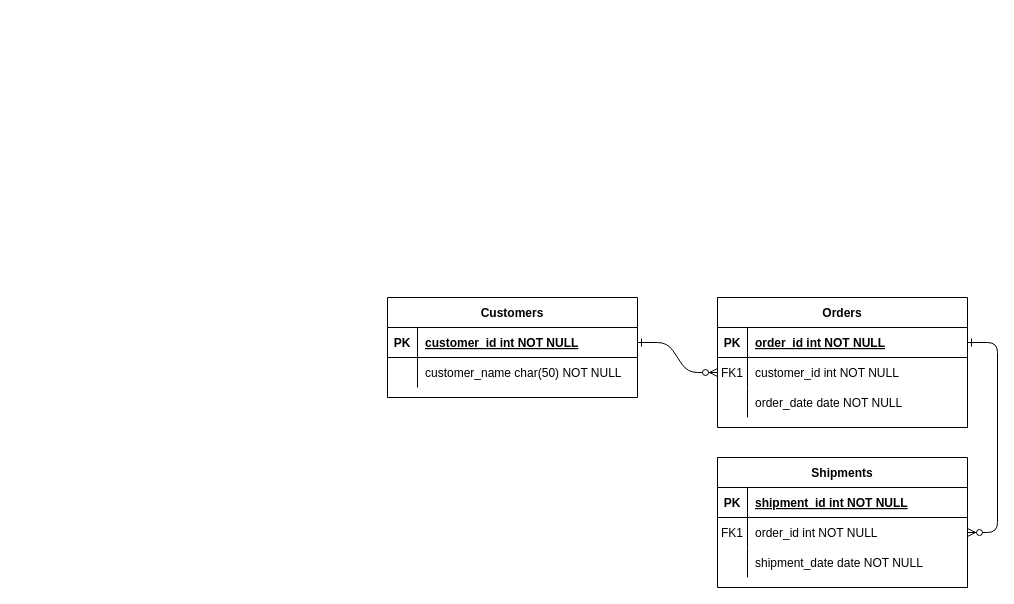
Above: 未命名绘图.drawio in MuMu0222/first-meet-c- (draw.io), before the change. Source tidied: cells renumbered, new cells numbered last; positions are measured from the earlier drawing's top-left corner, leaving out a move shared by most shapes. Both pictures are drawn from the tidied source at 100%, with x=0, y=0 at pixel (387, 297).
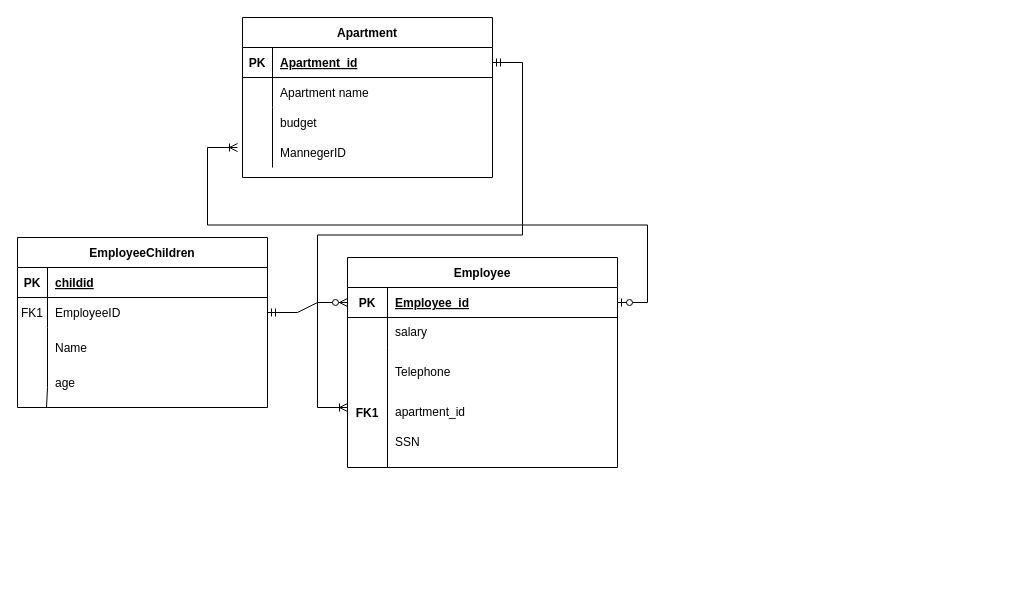
The same diagram, later.

Commit message:
更新未命名绘图.drawio

The change refers to these unchanged cells:
```xml
<mxCell id="5" style="shape=partialRectangle;fillColor=none;points=[[0,0.5],[1,0.5]];portConstraint=eastwest;top=0;left=0;right=0;bottom=1;" parent="4" vertex="1">
  <mxGeometry y="30" width="250" height="30" as="geometry" />
</mxCell>
<mxCell id="8" style="shape=partialRectangle;fillColor=none;points=[[0,0.5],[1,0.5]];portConstraint=eastwest;top=0;left=0;right=0;bottom=0;" parent="4" vertex="1">
  <mxGeometry y="60" width="250" height="30" as="geometry" />
</mxCell>
<mxCell id="11" style="shape=partialRectangle;fillColor=none;top=0;left=0;right=0;bottom=0;" parent="4" vertex="1">
  <mxGeometry y="90" width="250" height="30" as="geometry" />
</mxCell>
<mxCell id="15" style="shape=partialRectangle;fillColor=none;top=0;left=0;right=0;bottom=1;" parent="14" vertex="1">
  <mxGeometry y="30" width="250" height="30" as="geometry" />
</mxCell>
<mxCell id="18" style="shape=partialRectangle;fillColor=none;points=[[0,0.5],[1,0.5]];portConstraint=eastwest;top=0;left=0;right=0;bottom=0;" parent="14" vertex="1">
  <mxGeometry y="60" width="250" height="30" as="geometry" />
</mxCell>
```

Diff of the diagram source:
```diff
@@
-    <mxCell id="2" style="edgeStyle=entityRelationEdgeStyle;endArrow=ERzeroToMany;startArrow=ERone;endFill=1;startFill=0;" parent="1" edge="1" source="25" target="8">
-      <mxGeometry relative="1" as="geometry" />
-    </mxCell>
-    <mxCell id="3" style="edgeStyle=entityRelationEdgeStyle;endArrow=ERzeroToMany;startArrow=ERone;endFill=1;startFill=0;" parent="1" edge="1" source="5" target="18">
-      <mxGeometry relative="1" as="geometry" />
-    </mxCell>
-    <mxCell id="4" value="Orders" style="shape=table;startSize=30;childLayout=tableLayout;rowLines=0;fontStyle=1;align=center;" parent="1" vertex="1">
-      <mxGeometry x="330" width="250" height="130" as="geometry" />
+    <mxCell id="4" value="Apartment" style="shape=table;startSize=30;childLayout=tableLayout;rowLines=0;fontStyle=1;align=center;" parent="1" vertex="1">
+      <mxGeometry x="-145" y="-280" width="250" height="160" as="geometry" />
     </mxCell>
@@
-    <mxCell id="7" value="order_id int NOT NULL " style="shape=partialRectangle;overflow=hidden;fillColor=none;top=0;left=0;bottom=0;right=0;align=left;spacingLeft=6;fontStyle=5;" parent="5" vertex="1">
+    <mxCell id="7" value="Apartment_id" style="shape=partialRectangle;overflow=hidden;fillColor=none;top=0;left=0;bottom=0;right=0;align=left;spacingLeft=6;fontStyle=5;" parent="5" vertex="1">
       <mxGeometry x="30" width="220" height="30" as="geometry" />
     </mxCell>
@@
-    <mxCell id="9" value="FK1" style="shape=partialRectangle;overflow=hidden;fillColor=none;top=0;left=0;bottom=0;right=0;" parent="8" vertex="1">
+    <mxCell id="9" style="shape=partialRectangle;overflow=hidden;fillColor=none;top=0;left=0;bottom=0;right=0;" parent="8" vertex="1">
       <mxGeometry width="30" height="30" as="geometry" />
     </mxCell>
-    <mxCell id="10" value="customer_id int NOT NULL" style="shape=partialRectangle;overflow=hidden;fillColor=none;top=0;left=0;bottom=0;right=0;align=left;spacingLeft=6;" parent="8" vertex="1">
+    <mxCell id="10" value="Apartment name" style="shape=partialRectangle;overflow=hidden;fillColor=none;top=0;left=0;bottom=0;right=0;align=left;spacingLeft=6;" parent="8" vertex="1">
       <mxGeometry x="30" width="220" height="30" as="geometry" />
     </mxCell>
@@
-    <mxCell id="13" value="order_date date NOT NULL" style="shape=partialRectangle;overflow=hidden;fillColor=none;top=0;left=0;bottom=0;right=0;align=left;spacingLeft=6;" parent="11" vertex="1">
+    <mxCell id="13" value="budget" style="shape=partialRectangle;overflow=hidden;fillColor=none;top=0;left=0;bottom=0;right=0;align=left;spacingLeft=6;" parent="11" vertex="1">
       <mxGeometry x="30" width="220" height="30" as="geometry" />
     </mxCell>
-    <mxCell id="14" value="Shipments" style="shape=table;startSize=30;childLayout=tableLayout;rowLines=0;fontStyle=1;align=center;" parent="1" vertex="1">
-      <mxGeometry x="330" y="160" width="250" height="130" as="geometry" />
+    <mxCell id="14" value="EmployeeChildren" style="shape=table;startSize=30;childLayout=tableLayout;rowLines=0;fontStyle=1;align=center;" parent="1" vertex="1">
+      <mxGeometry x="-370" y="-60" width="250" height="170" as="geometry" />
     </mxCell>
@@
-    <mxCell id="17" value="shipment_id int NOT NULL " style="shape=partialRectangle;overflow=hidden;fillColor=none;top=0;left=0;bottom=0;right=0;align=left;spacingLeft=6;fontStyle=5;" parent="15" vertex="1">
+    <mxCell id="17" value="childid" style="shape=partialRectangle;overflow=hidden;fillColor=none;top=0;left=0;bottom=0;right=0;align=left;spacingLeft=6;fontStyle=5;" parent="15" vertex="1">
       <mxGeometry x="30" width="220" height="30" as="geometry" />
     </mxCell>
@@
-    <mxCell id="20" value="order_id int NOT NULL" style="shape=partialRectangle;overflow=hidden;fillColor=none;top=0;left=0;bottom=0;right=0;align=left;spacingLeft=6;" parent="18" vertex="1">
+    <mxCell id="20" value="EmployeeID" style="shape=partialRectangle;overflow=hidden;fillColor=none;top=0;left=0;bottom=0;right=0;align=left;spacingLeft=6;" parent="18" vertex="1">
       <mxGeometry x="30" width="220" height="30" as="geometry" />
     </mxCell>
     <mxCell id="21" style="shape=partialRectangle;fillColor=none;top=0;left=0;right=0;bottom=0;" parent="14" vertex="1">
-      <mxGeometry y="90" width="250" height="30" as="geometry" />
+      <mxGeometry y="90" width="250" height="40" as="geometry" />
     </mxCell>
     <mxCell id="22" style="shape=partialRectangle;overflow=hidden;fillColor=none;top=0;left=0;bottom=0;right=0;" parent="21" vertex="1">
-      <mxGeometry width="30" height="30" as="geometry" />
+      <mxGeometry width="30" height="40" as="geometry" />
     </mxCell>
-    <mxCell id="23" value="shipment_date date NOT NULL" style="shape=partialRectangle;overflow=hidden;fillColor=none;top=0;left=0;bottom=0;right=0;align=left;spacingLeft=6;" parent="21" vertex="1">
-      <mxGeometry x="30" width="220" height="30" as="geometry" />
+    <mxCell id="23" value="Name" style="shape=partialRectangle;overflow=hidden;fillColor=none;top=0;left=0;bottom=0;right=0;align=left;spacingLeft=6;" parent="21" vertex="1">
+      <mxGeometry x="30" width="220" height="40" as="geometry" />
     </mxCell>
-    <mxCell id="24" value="Customers" style="shape=table;startSize=30;childLayout=tableLayout;rowLines=0;fontStyle=1;align=center;" parent="1" vertex="1">
-      <mxGeometry width="250" height="100" as="geometry" />
+    <mxCell id="24" value="Employee" style="shape=table;startSize=30;childLayout=tableLayout;rowLines=0;fontStyle=1;align=center;" parent="1" vertex="1">
+      <mxGeometry x="-40" y="-40" width="270" height="210" as="geometry" />
     </mxCell>
     <mxCell id="25" style="shape=partialRectangle;fillColor=none;points=[[0,0.5],[1,0.5]];portConstraint=eastwest;top=0;left=0;right=0;bottom=1;" parent="24" vertex="1">
-      <mxGeometry y="30" width="250" height="30" as="geometry" />
+      <mxGeometry y="30" width="270" height="30" as="geometry" />
     </mxCell>
     <mxCell id="26" value="PK" style="shape=partialRectangle;overflow=hidden;fillColor=none;top=0;left=0;bottom=0;right=0;fontStyle=1;" parent="25" vertex="1">
-      <mxGeometry width="30" height="30" as="geometry" />
+      <mxGeometry width="40" height="30" as="geometry" />
     </mxCell>
-    <mxCell id="27" value="customer_id int NOT NULL " style="shape=partialRectangle;overflow=hidden;fillColor=none;top=0;left=0;bottom=0;right=0;align=left;spacingLeft=6;fontStyle=5;" parent="25" vertex="1">
-      <mxGeometry x="30" width="220" height="30" as="geometry" />
+    <mxCell id="27" value="Employee  id" style="shape=partialRectangle;overflow=hidden;fillColor=none;top=0;left=0;bottom=0;right=0;align=left;spacingLeft=6;fontStyle=5;" parent="25" vertex="1">
+      <mxGeometry x="40" width="230" height="30" as="geometry" />
     </mxCell>
     <mxCell id="28" style="shape=partialRectangle;fillColor=none;top=0;left=0;right=0;bottom=0;" parent="24" vertex="1">
-      <mxGeometry y="60" width="250" height="30" as="geometry" />
+      <mxGeometry y="60" width="270" height="30" as="geometry" />
     </mxCell>
     <mxCell id="29" style="shape=partialRectangle;overflow=hidden;fillColor=none;top=0;left=0;bottom=0;right=0;" parent="28" vertex="1">
-      <mxGeometry width="30" height="30" as="geometry" />
+      <mxGeometry width="40" height="30" as="geometry" />
     </mxCell>
-    <mxCell id="30" value="customer_name char(50) NOT NULL" style="shape=partialRectangle;overflow=hidden;fillColor=none;top=0;left=0;bottom=0;right=0;align=left;spacingLeft=6;" parent="28" vertex="1">
-      <mxGeometry x="30" width="220" height="30" as="geometry" />
+    <mxCell id="30" value="salary" style="shape=partialRectangle;overflow=hidden;fillColor=none;top=0;left=0;bottom=0;right=0;align=left;spacingLeft=6;whiteSpace=wrap;" parent="28" vertex="1">
+      <mxGeometry x="40" width="230" height="30" as="geometry" />
     </mxCell>
+    <mxCell id="31" style="endArrow=none;html=1;rounded=0;" parent="1" edge="1">
+      <mxGeometry relative="1" as="geometry">
+        <mxPoint y="120" as="sourcePoint" />
+        <mxPoint y="120" as="targetPoint" />
+        <Array as="points">
+          <mxPoint y="50" />
+        </Array>
+      </mxGeometry>
+    </mxCell>
+    <mxCell id="32" value="Telephone" style="shape=partialRectangle;overflow=hidden;fillColor=none;top=0;left=0;bottom=0;right=0;align=left;spacingLeft=6;whiteSpace=wrap;" parent="1" vertex="1">
+      <mxGeometry y="60" width="230" height="30" as="geometry" />
+    </mxCell>
+    <mxCell id="33" value="apartment_id" style="shape=partialRectangle;overflow=hidden;fillColor=none;top=0;left=0;bottom=0;right=0;align=left;spacingLeft=6;whiteSpace=wrap;" parent="1" vertex="1">
+      <mxGeometry y="100" width="230" height="30" as="geometry" />
+    </mxCell>
+    <mxCell id="34" style="endArrow=none;html=1;rounded=0;" parent="1" edge="1">
+      <mxGeometry relative="1" as="geometry">
+        <mxPoint y="160" as="sourcePoint" />
+        <mxPoint y="140" as="targetPoint" />
+      </mxGeometry>
+    </mxCell>
+    <mxCell id="35" value="FK1" style="shape=partialRectangle;overflow=hidden;fillColor=none;top=0;left=0;bottom=0;right=0;fontStyle=1;" parent="1" vertex="1">
+      <mxGeometry x="-40" y="100" width="40" height="30" as="geometry" />
+    </mxCell>
+    <mxCell id="36" style="endArrow=none;html=1;rounded=0;" parent="1" edge="1">
+      <mxGeometry relative="1" as="geometry">
+        <mxPoint x="-115" y="-130" as="sourcePoint" />
+        <mxPoint x="-115" y="-180" as="targetPoint" />
+      </mxGeometry>
+    </mxCell>
+    <mxCell id="37" style="endArrow=none;html=1;rounded=0;" parent="1" edge="1">
+      <mxGeometry relative="1" as="geometry">
+        <mxPoint y="170" as="sourcePoint" />
+        <mxPoint y="170" as="targetPoint" />
+        <Array as="points">
+          <mxPoint y="120" />
+        </Array>
+      </mxGeometry>
+    </mxCell>
+    <mxCell id="38" value="SSN" style="shape=partialRectangle;overflow=hidden;fillColor=none;top=0;left=0;bottom=0;right=0;align=left;spacingLeft=6;whiteSpace=wrap;" parent="1" vertex="1">
+      <mxGeometry y="130" width="230" height="30" as="geometry" />
+    </mxCell>
+    <mxCell id="39" value="MannegerID" style="shape=partialRectangle;overflow=hidden;fillColor=none;top=0;left=0;bottom=0;right=0;align=left;spacingLeft=6;" parent="1" vertex="1">
+      <mxGeometry x="-115" y="-160" width="220" height="30" as="geometry" />
+    </mxCell>
+    <mxCell id="40" style="edgeStyle=entityRelationEdgeStyle;fontSize=12;html=1;endArrow=ERoneToMany;startArrow=ERmandOne;rounded=0;exitX=1;exitY=0.5;exitDx=0;exitDy=0;" parent="1" edge="1" source="5">
+      <mxGeometry relative="1" as="geometry">
+        <mxPoint x="-40" y="110" as="targetPoint" />
+      </mxGeometry>
+    </mxCell>
+    <mxCell id="41" style="edgeStyle=entityRelationEdgeStyle;fontSize=12;html=1;endArrow=ERoneToMany;startArrow=ERzeroToOne;rounded=0;exitX=1;exitY=0.5;exitDx=0;exitDy=0;" parent="1" edge="1" source="25">
+      <mxGeometry relative="1" as="geometry">
+        <mxPoint x="-150" y="-150" as="targetPoint" />
+        <Array as="points">
+          <mxPoint x="270" />
+          <mxPoint x="95" y="205" />
+          <mxPoint x="330" y="170" />
+          <mxPoint x="280" y="170" />
+          <mxPoint x="340" y="70" />
+          <mxPoint x="280" y="90" />
+          <mxPoint x="95" y="205" />
+        </Array>
+      </mxGeometry>
+    </mxCell>
+    <mxCell id="42" value="age" style="shape=partialRectangle;overflow=hidden;fillColor=none;top=0;left=0;bottom=0;right=0;align=left;spacingLeft=6;" parent="1" vertex="1">
+      <mxGeometry x="-340" y="70" width="220" height="30" as="geometry" />
+    </mxCell>
+    <mxCell id="43" style="endArrow=none;html=1;rounded=0;" parent="1" edge="1">
+      <mxGeometry relative="1" as="geometry">
+        <mxPoint x="-341" y="110" as="sourcePoint" />
+        <mxPoint x="-340" y="60" as="targetPoint" />
+        <Array as="points">
+          <mxPoint x="-340" y="90" />
+        </Array>
+      </mxGeometry>
+    </mxCell>
+    <mxCell id="44" style="edgeStyle=entityRelationEdgeStyle;fontSize=12;html=1;endArrow=ERzeroToMany;startArrow=ERmandOne;rounded=0;exitX=1;exitY=0.5;exitDx=0;exitDy=0;entryX=0;entryY=0.5;entryDx=0;entryDy=0;" parent="1" edge="1" source="18" target="25">
+      <mxGeometry relative="1" as="geometry" />
+    </mxCell>
```
